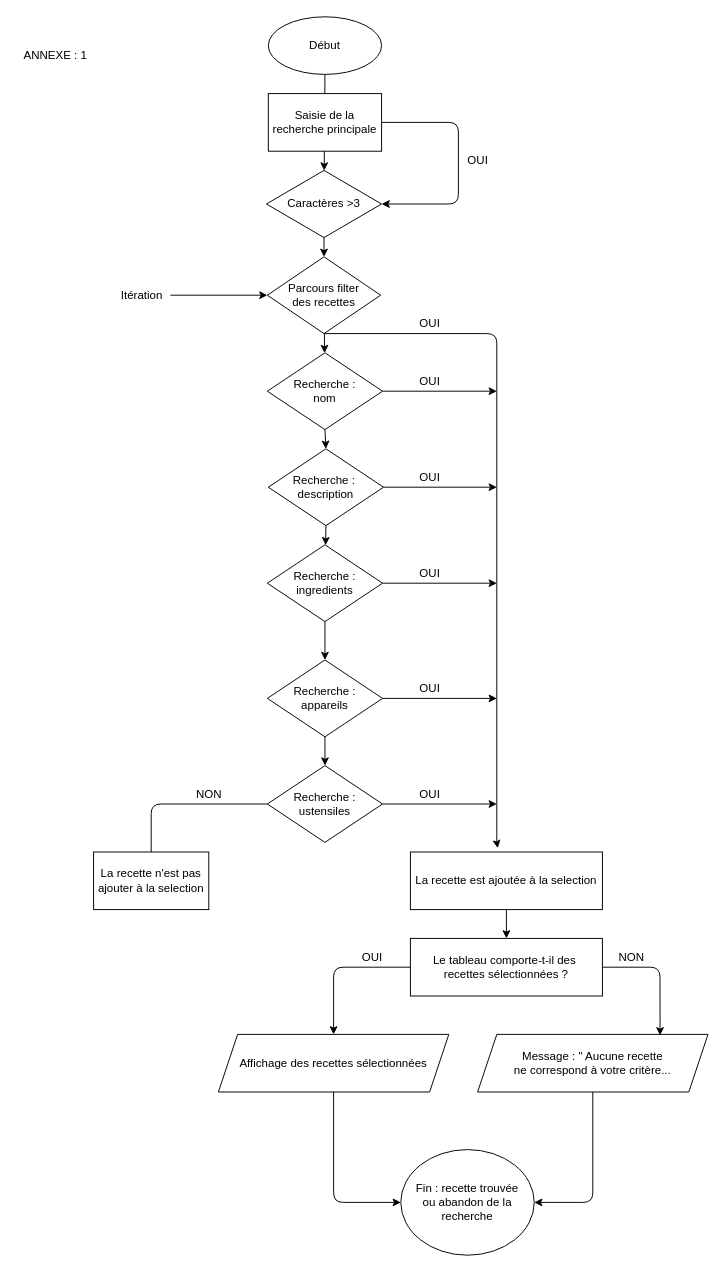
Before: .drawio in Seilhan/Les-petits-plats-projet-7, a draw.io diagram. Source tidied: cells renumbered, new cells numbered last; positions are measured from the earlier drawing's top-left corner, leaving out a move shared by most shapes. Both pictures are drawn from the tidied source at 96%, with x=0, y=0 at pixel (16, 16).
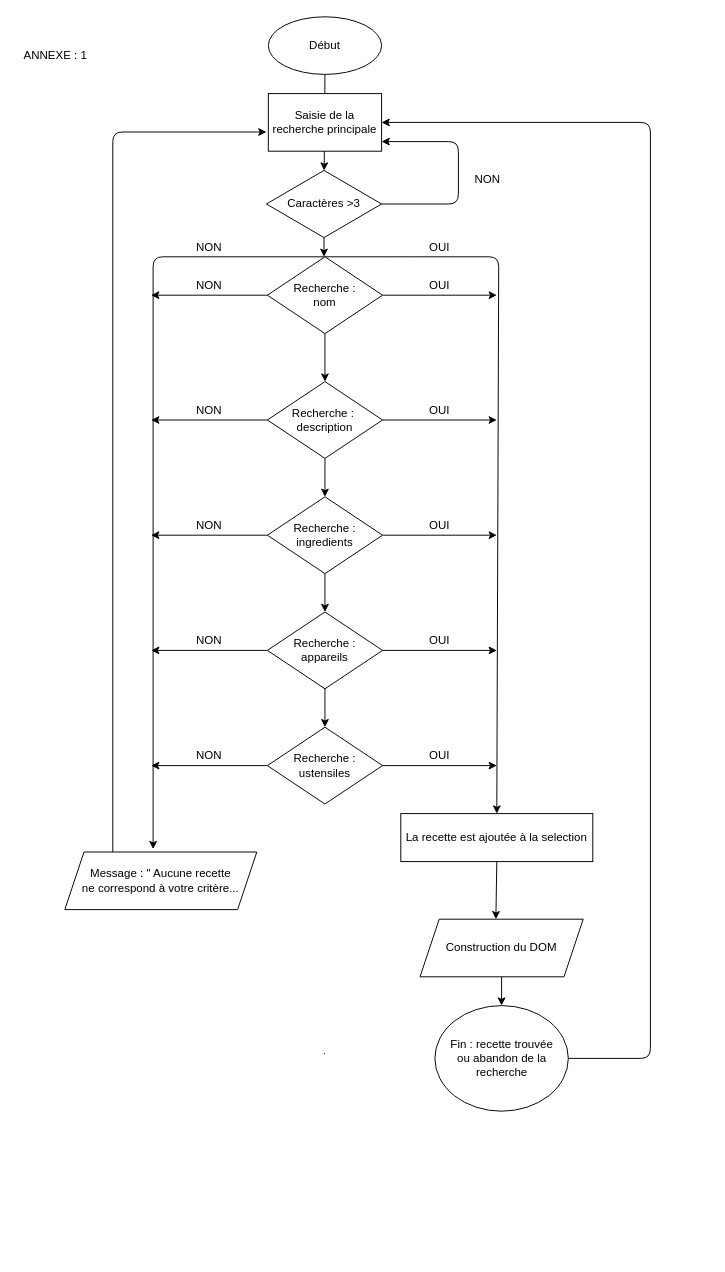
The same page after the edit.

Commit message:
correction algorigramme

Unchanged cells that the change refers to:
```xml
<mxCell id="5" value="Saisie de la recherche principale" style="whiteSpace=wrap;html=1;" parent="1" vertex="1">
  <mxGeometry x="262" y="80" width="118" height="60" as="geometry" />
</mxCell>
<mxCell id="7" value="Caractères &amp;gt;3" style="rhombus;whiteSpace=wrap;html=1;" parent="1" vertex="1">
  <mxGeometry x="260" y="160" width="120" height="70" as="geometry" />
</mxCell>
```

What changed in the source:
```diff
@@
-    <mxCell id="4" style="edgeStyle=none;html=1;exitX=1;exitY=0.5;exitDx=0;exitDy=0;entryX=1;entryY=0.5;entryDx=0;entryDy=0;" parent="1" edge="1" source="5" target="7">
-      <mxGeometry relative="1" as="geometry">
-        <Array as="points">
-          <mxPoint x="460" y="110" />
-          <mxPoint x="460" y="195" />
-        </Array>
-      </mxGeometry>
-    </mxCell>
@@
-    <mxCell id="6" style="edgeStyle=none;html=1;exitX=0.5;exitY=1;exitDx=0;exitDy=0;entryX=0.5;entryY=0;entryDx=0;entryDy=0;" parent="1" edge="1" source="7" target="9">
-      <mxGeometry relative="1" as="geometry" />
+    <mxCell id="6" style="edgeStyle=none;html=1;exitX=0.5;exitY=1;exitDx=0;exitDy=0;entryX=0.5;entryY=0;entryDx=0;entryDy=0;" parent="1" edge="1" source="7">
+      <mxGeometry relative="1" as="geometry">
+        <mxPoint x="320" y="250" as="targetPoint" />
+      </mxGeometry>
     </mxCell>
+    <mxCell id="51" style="edgeStyle=none;html=1;exitX=1;exitY=0.5;exitDx=0;exitDy=0;" parent="1" edge="1" source="7">
+      <mxGeometry relative="1" as="geometry">
+        <mxPoint x="380" y="130" as="targetPoint" />
+        <Array as="points">
+          <mxPoint x="460" y="195" />
+          <mxPoint x="460" y="130" />
+        </Array>
+      </mxGeometry>
+    </mxCell>
@@
-    <mxCell id="8" style="edgeStyle=none;html=1;" parent="1" edge="1" source="9" target="14">
-      <mxGeometry relative="1" as="geometry" />
+    <mxCell id="8" style="edgeStyle=none;html=1;" parent="1" edge="1" target="14">
+      <mxGeometry relative="1" as="geometry">
+        <mxPoint x="320.4" y="329.7" as="sourcePoint" />
+      </mxGeometry>
     </mxCell>
-    <mxCell id="9" value="Parcours filter&lt;br&gt;des recettes" style="rhombus;whiteSpace=wrap;html=1;" parent="1" vertex="1">
-      <mxGeometry x="261" y="250" width="118" height="80" as="geometry" />
-    </mxCell>
+    <mxCell id="52" style="edgeStyle=none;html=1;entryX=0.46;entryY=-0.05;entryDx=0;entryDy=0;entryPerimeter=0;exitX=0.5;exitY=0;exitDx=0;exitDy=0;" parent="1" edge="1" source="14" target="46">
+      <mxGeometry relative="1" as="geometry">
+        <Array as="points">
+          <mxPoint x="142" y="250" />
+        </Array>
+      </mxGeometry>
+    </mxCell>
-    <mxCell id="10" value="OUI" style="text;html=1;align=center;verticalAlign=middle;strokeColor=none;fillColor=none;" parent="1" vertex="1">
-      <mxGeometry x="460" y="140" width="40" height="20" as="geometry" />
+    <mxCell id="10" value="NON" style="text;html=1;align=center;verticalAlign=middle;strokeColor=none;fillColor=none;" parent="1" vertex="1">
+      <mxGeometry x="470" y="160" width="40" height="20" as="geometry" />
     </mxCell>
-    <mxCell id="11" style="edgeStyle=none;html=1;exitX=0.5;exitY=1;exitDx=0;exitDy=0;entryX=0.455;entryY=-0.067;entryDx=0;entryDy=0;entryPerimeter=0;" parent="1" edge="1" source="9" target="28">
+    <mxCell id="11" style="edgeStyle=none;html=1;exitX=0.5;exitY=0;exitDx=0;exitDy=0;entryX=0.5;entryY=0;entryDx=0;entryDy=0;" parent="1" edge="1" source="14" target="28">
       <mxGeometry relative="1" as="geometry">
         <Array as="points">
-          <mxPoint x="500" y="330" />
-          <mxPoint x="500" y="860" />
+          <mxPoint x="400" y="250" />
+          <mxPoint x="502" y="250" />
         </Array>
       </mxGeometry>
     </mxCell>
@@
     <mxCell id="13" style="edgeStyle=none;html=1;exitX=1;exitY=0.5;exitDx=0;exitDy=0;" parent="1" edge="1" source="14">
       <mxGeometry relative="1" as="geometry">
-        <mxPoint x="500" y="390" as="targetPoint" />
+        <mxPoint x="500" y="290" as="targetPoint" />
       </mxGeometry>
     </mxCell>
+    <mxCell id="53" style="edgeStyle=none;html=1;exitX=0;exitY=0.5;exitDx=0;exitDy=0;" parent="1" edge="1" source="14">
+      <mxGeometry relative="1" as="geometry">
+        <mxPoint x="140" y="290" as="targetPoint" />
+      </mxGeometry>
+    </mxCell>
     <mxCell id="14" value="Recherche :&lt;br&gt;nom" style="rhombus;whiteSpace=wrap;html=1;" parent="1" vertex="1">
-      <mxGeometry x="261" y="350" width="120" height="80" as="geometry" />
+      <mxGeometry x="261" y="250" width="120" height="80" as="geometry" />
     </mxCell>
     <mxCell id="15" style="edgeStyle=none;html=1;exitX=1;exitY=0.5;exitDx=0;exitDy=0;" parent="1" edge="1" source="17">
       <mxGeometry relative="1" as="geometry">
-        <mxPoint x="500" y="490" as="targetPoint" />
+        <mxPoint x="500" y="420" as="targetPoint" />
       </mxGeometry>
     </mxCell>
@@
+    <mxCell id="54" style="edgeStyle=none;html=1;exitX=0;exitY=0.5;exitDx=0;exitDy=0;" parent="1" edge="1" source="17">
+      <mxGeometry relative="1" as="geometry">
+        <mxPoint x="140" y="420" as="targetPoint" />
+      </mxGeometry>
+    </mxCell>
     <mxCell id="17" value="Recherche :&amp;nbsp;&lt;br&gt;description" style="rhombus;whiteSpace=wrap;html=1;" parent="1" vertex="1">
-      <mxGeometry x="262" y="450" width="120" height="80" as="geometry" />
+      <mxGeometry x="261" y="380" width="120" height="80" as="geometry" />
     </mxCell>
     <mxCell id="18" style="edgeStyle=none;html=1;exitX=1;exitY=0.5;exitDx=0;exitDy=0;" parent="1" edge="1" source="20">
       <mxGeometry relative="1" as="geometry">
-        <mxPoint x="500" y="590" as="targetPoint" />
+        <mxPoint x="500" y="540" as="targetPoint" />
       </mxGeometry>
     </mxCell>
@@
+    <mxCell id="55" style="edgeStyle=none;html=1;exitX=0;exitY=0.5;exitDx=0;exitDy=0;" parent="1" edge="1" source="20">
+      <mxGeometry relative="1" as="geometry">
+        <mxPoint x="140" y="540" as="targetPoint" />
+      </mxGeometry>
+    </mxCell>
     <mxCell id="20" value="Recherche :&lt;br&gt;ingredients" style="rhombus;whiteSpace=wrap;html=1;" parent="1" vertex="1">
-      <mxGeometry x="261" y="550" width="120" height="80" as="geometry" />
+      <mxGeometry x="261" y="500" width="120" height="80" as="geometry" />
     </mxCell>
-    <mxCell id="21" style="edgeStyle=none;html=1;exitX=1;exitY=0.5;exitDx=0;exitDy=0;" parent="1" edge="1" source="23">
-      <mxGeometry relative="1" as="geometry">
-        <mxPoint x="500" y="710" as="targetPoint" />
-      </mxGeometry>
-    </mxCell>
@@
+    <mxCell id="56" style="edgeStyle=none;html=1;exitX=0;exitY=0.5;exitDx=0;exitDy=0;" parent="1" edge="1" source="23">
+      <mxGeometry relative="1" as="geometry">
+        <mxPoint x="140" y="660" as="targetPoint" />
+      </mxGeometry>
+    </mxCell>
+    <mxCell id="57" style="edgeStyle=none;html=1;exitX=1;exitY=0.5;exitDx=0;exitDy=0;" parent="1" edge="1" source="23">
+      <mxGeometry relative="1" as="geometry">
+        <mxPoint x="500" y="660" as="targetPoint" />
+      </mxGeometry>
+    </mxCell>
     <mxCell id="23" value="Recherche :&lt;br&gt;appareils" style="rhombus;whiteSpace=wrap;html=1;" parent="1" vertex="1">
-      <mxGeometry x="261" y="670" width="120" height="80" as="geometry" />
+      <mxGeometry x="261" y="620" width="120" height="80" as="geometry" />
     </mxCell>
-    <mxCell id="24" style="edgeStyle=none;html=1;exitX=1;exitY=0.5;exitDx=0;exitDy=0;" parent="1" edge="1" source="26">
-      <mxGeometry relative="1" as="geometry">
-        <mxPoint x="500" y="820" as="targetPoint" />
-      </mxGeometry>
-    </mxCell>
-    <mxCell id="25" style="edgeStyle=none;html=1;exitX=0;exitY=0.5;exitDx=0;exitDy=0;" parent="1" edge="1" source="26">
-      <mxGeometry relative="1" as="geometry">
-        <mxPoint x="140" y="880" as="targetPoint" />
-        <Array as="points">
-          <mxPoint x="140" y="820" />
-        </Array>
-      </mxGeometry>
-    </mxCell>
+    <mxCell id="58" style="edgeStyle=none;html=1;exitX=0;exitY=0.5;exitDx=0;exitDy=0;" parent="1" edge="1" source="26">
+      <mxGeometry relative="1" as="geometry">
+        <mxPoint x="140" y="780" as="targetPoint" />
+      </mxGeometry>
+    </mxCell>
+    <mxCell id="59" style="edgeStyle=none;html=1;exitX=1;exitY=0.5;exitDx=0;exitDy=0;" parent="1" edge="1" source="26">
+      <mxGeometry relative="1" as="geometry">
+        <mxPoint x="500" y="780" as="targetPoint" />
+      </mxGeometry>
+    </mxCell>
     <mxCell id="26" value="Recherche :&lt;br&gt;ustensiles" style="rhombus;whiteSpace=wrap;html=1;" parent="1" vertex="1">
-      <mxGeometry x="261" y="780" width="120" height="80" as="geometry" />
+      <mxGeometry x="261" y="740" width="120" height="80" as="geometry" />
     </mxCell>
-    <mxCell id="27" style="edgeStyle=none;html=1;" parent="1" edge="1" source="28" target="43">
-      <mxGeometry relative="1" as="geometry" />
-    </mxCell>
+    <mxCell id="60" style="edgeStyle=none;html=1;exitX=0.5;exitY=1;exitDx=0;exitDy=0;entryX=0.465;entryY=0;entryDx=0;entryDy=0;entryPerimeter=0;" parent="1" edge="1" source="28" target="48">
+      <mxGeometry relative="1" as="geometry" />
+    </mxCell>
     <mxCell id="28" value="La recette est ajoutée à la selection" style="whiteSpace=wrap;html=1;" parent="1" vertex="1">
-      <mxGeometry x="410" y="870" width="200" height="60" as="geometry" />
+      <mxGeometry x="400" y="830" width="200" height="50" as="geometry" />
     </mxCell>
+    <mxCell id="61" style="edgeStyle=none;html=1;exitX=1;exitY=0.5;exitDx=0;exitDy=0;entryX=1;entryY=0.5;entryDx=0;entryDy=0;" parent="1" edge="1" source="29" target="5">
+      <mxGeometry relative="1" as="geometry">
+        <Array as="points">
+          <mxPoint x="660" y="1085" />
+          <mxPoint x="660" y="110" />
+        </Array>
+      </mxGeometry>
+    </mxCell>
     <mxCell id="29" value="Fin : recette trouvée&lt;br&gt;ou abandon de la recherche" style="ellipse;whiteSpace=wrap;html=1;" parent="1" vertex="1">
-      <mxGeometry x="400" y="1180" width="139" height="110" as="geometry" />
+      <mxGeometry x="435.5" y="1030" width="139" height="110" as="geometry" />
     </mxCell>
-    <mxCell id="30" style="edgeStyle=none;html=1;entryX=0;entryY=0.5;entryDx=0;entryDy=0;" parent="1" edge="1" source="31" target="9">
-      <mxGeometry relative="1" as="geometry" />
-    </mxCell>
-    <mxCell id="31" value="Itération" style="text;html=1;align=center;verticalAlign=middle;points=[];strokeColor=none;fillColor=none;" parent="1" vertex="1">
-      <mxGeometry x="100" y="280" width="60" height="20" as="geometry" />
-    </mxCell>
     <mxCell id="32" value="OUI" style="text;html=1;align=center;verticalAlign=middle;strokeColor=none;fillColor=none;" parent="1" vertex="1">
-      <mxGeometry x="410" y="310" width="40" height="20" as="geometry" />
+      <mxGeometry x="420" y="270" width="40" height="20" as="geometry" />
     </mxCell>
     <mxCell id="33" value="OUI" style="text;html=1;align=center;verticalAlign=middle;strokeColor=none;fillColor=none;" parent="1" vertex="1">
-      <mxGeometry x="410" y="470" width="40" height="20" as="geometry" />
+      <mxGeometry x="420" y="230" width="40" height="20" as="geometry" />
     </mxCell>
     <mxCell id="34" value="OUI" style="text;html=1;align=center;verticalAlign=middle;strokeColor=none;fillColor=none;" parent="1" vertex="1">
-      <mxGeometry x="410" y="570" width="40" height="20" as="geometry" />
+      <mxGeometry x="420" y="520" width="40" height="20" as="geometry" />
     </mxCell>
     <mxCell id="35" value="OUI" style="text;html=1;align=center;verticalAlign=middle;strokeColor=none;fillColor=none;" parent="1" vertex="1">
-      <mxGeometry x="410" y="690" width="40" height="20" as="geometry" />
+      <mxGeometry x="420" y="640" width="40" height="20" as="geometry" />
     </mxCell>
     <mxCell id="36" value="OUI" style="text;html=1;align=center;verticalAlign=middle;strokeColor=none;fillColor=none;" parent="1" vertex="1">
-      <mxGeometry x="410" y="800" width="40" height="20" as="geometry" />
+      <mxGeometry x="420" y="760" width="40" height="20" as="geometry" />
     </mxCell>
     <mxCell id="37" value="OUI" style="text;html=1;align=center;verticalAlign=middle;strokeColor=none;fillColor=none;" parent="1" vertex="1">
-      <mxGeometry x="410" y="370" width="40" height="20" as="geometry" />
+      <mxGeometry x="420" y="400" width="40" height="20" as="geometry" />
     </mxCell>
@@
     <mxCell id="39" value="NON" style="text;html=1;align=center;verticalAlign=middle;strokeColor=none;fillColor=none;" parent="1" vertex="1">
-      <mxGeometry x="180" y="800" width="40" height="20" as="geometry" />
+      <mxGeometry x="180" y="760" width="40" height="20" as="geometry" />
     </mxCell>
-    <mxCell id="40" value="La recette n'est pas ajouter à la selection" style="whiteSpace=wrap;html=1;" parent="1" vertex="1">
-      <mxGeometry x="80" y="870" width="120" height="60" as="geometry" />
-    </mxCell>
-    <mxCell id="41" style="edgeStyle=none;html=1;exitX=1;exitY=0.5;exitDx=0;exitDy=0;entryX=0.792;entryY=0.017;entryDx=0;entryDy=0;entryPerimeter=0;" parent="1" edge="1" source="43" target="46">
-      <mxGeometry relative="1" as="geometry">
-        <Array as="points">
-          <mxPoint x="670" y="990" />
-        </Array>
-      </mxGeometry>
-    </mxCell>
-    <mxCell id="42" style="edgeStyle=none;html=1;exitX=0;exitY=0.5;exitDx=0;exitDy=0;entryX=0.5;entryY=0;entryDx=0;entryDy=0;" parent="1" edge="1" source="43" target="48">
-      <mxGeometry relative="1" as="geometry">
-        <Array as="points">
-          <mxPoint x="330" y="990" />
-        </Array>
-      </mxGeometry>
-    </mxCell>
-    <mxCell id="43" value="Le tableau comporte-t-il des&amp;nbsp;&lt;br&gt;recettes sélectionnées ?" style="whiteSpace=wrap;html=1;" parent="1" vertex="1">
-      <mxGeometry x="410" y="960" width="200" height="60" as="geometry" />
-    </mxCell>
-    <mxCell id="44" value="NON" style="text;html=1;align=center;verticalAlign=middle;strokeColor=none;fillColor=none;" parent="1" vertex="1">
-      <mxGeometry x="620" y="970" width="40" height="20" as="geometry" />
-    </mxCell>
-    <mxCell id="45" style="edgeStyle=none;html=1;exitX=0.5;exitY=1;exitDx=0;exitDy=0;entryX=1;entryY=0.5;entryDx=0;entryDy=0;" parent="1" edge="1" source="46" target="29">
-      <mxGeometry relative="1" as="geometry">
-        <Array as="points">
-          <mxPoint x="600" y="1235" />
-        </Array>
-      </mxGeometry>
-    </mxCell>
-    <mxCell id="46" value="&amp;nbsp;Message : &quot; Aucune recette&amp;nbsp;&lt;br&gt;ne correspond à votre critère..." style="shape=parallelogram;perimeter=parallelogramPerimeter;whiteSpace=wrap;html=1;fixedSize=1;" parent="1" vertex="1">
-      <mxGeometry x="480" y="1060" width="240" height="60" as="geometry" />
-    </mxCell>
-    <mxCell id="47" style="edgeStyle=none;html=1;exitX=0.5;exitY=1;exitDx=0;exitDy=0;entryX=0;entryY=0.5;entryDx=0;entryDy=0;" parent="1" edge="1" source="48" target="29">
-      <mxGeometry relative="1" as="geometry">
-        <Array as="points">
-          <mxPoint x="330" y="1235" />
-        </Array>
-      </mxGeometry>
+    <mxCell id="47" style="edgeStyle=none;html=1;exitX=0.5;exitY=1;exitDx=0;exitDy=0;entryX=0.5;entryY=0;entryDx=0;entryDy=0;" parent="1" edge="1" source="48" target="29">
+      <mxGeometry relative="1" as="geometry" />
     </mxCell>
-    <mxCell id="48" value="Affichage des recettes sélectionnées" style="shape=parallelogram;perimeter=parallelogramPerimeter;whiteSpace=wrap;html=1;fixedSize=1;" parent="1" vertex="1">
-      <mxGeometry x="210" y="1060" width="240" height="60" as="geometry" />
+    <mxCell id="48" value="Construction du DOM" style="shape=parallelogram;perimeter=parallelogramPerimeter;whiteSpace=wrap;html=1;fixedSize=1;" parent="1" vertex="1">
+      <mxGeometry x="420" y="940" width="170" height="60" as="geometry" />
     </mxCell>
-    <mxCell id="49" value="OUI" style="text;html=1;align=center;verticalAlign=middle;strokeColor=none;fillColor=none;" parent="1" vertex="1">
-      <mxGeometry x="350" y="970" width="40" height="20" as="geometry" />
-    </mxCell>
@@
+    <mxCell id="62" style="edgeStyle=none;html=1;exitX=0.25;exitY=0;exitDx=0;exitDy=0;" parent="1" edge="1" source="46">
+      <mxGeometry relative="1" as="geometry">
+        <mxPoint x="260" y="120" as="targetPoint" />
+        <Array as="points">
+          <mxPoint x="100" y="120" />
+        </Array>
+      </mxGeometry>
+    </mxCell>
+    <mxCell id="46" value="&lt;span&gt;&amp;nbsp;Message : &quot; Aucune recette&amp;nbsp;&lt;/span&gt;&lt;br&gt;&lt;span&gt;ne correspond à votre critère...&lt;/span&gt;" style="shape=parallelogram;perimeter=parallelogramPerimeter;whiteSpace=wrap;html=1;fixedSize=1;" parent="1" vertex="1">
+      <mxGeometry x="50" y="870" width="200" height="60" as="geometry" />
+    </mxCell>
+    <mxCell id="63" value="NON" style="text;html=1;align=center;verticalAlign=middle;strokeColor=none;fillColor=none;" parent="1" vertex="1">
+      <mxGeometry x="180" y="640" width="40" height="20" as="geometry" />
+    </mxCell>
+    <mxCell id="64" value="NON" style="text;html=1;align=center;verticalAlign=middle;strokeColor=none;fillColor=none;" parent="1" vertex="1">
+      <mxGeometry x="180" y="520" width="40" height="20" as="geometry" />
+    </mxCell>
+    <mxCell id="65" value="NON" style="text;html=1;align=center;verticalAlign=middle;strokeColor=none;fillColor=none;" parent="1" vertex="1">
+      <mxGeometry x="180" y="400" width="40" height="20" as="geometry" />
+    </mxCell>
+    <mxCell id="66" value="NON" style="text;html=1;align=center;verticalAlign=middle;strokeColor=none;fillColor=none;" parent="1" vertex="1">
+      <mxGeometry x="180" y="230" width="40" height="20" as="geometry" />
+    </mxCell>
+    <mxCell id="67" value="NON" style="text;html=1;align=center;verticalAlign=middle;strokeColor=none;fillColor=none;" parent="1" vertex="1">
+      <mxGeometry x="180" y="270" width="40" height="20" as="geometry" />
+    </mxCell>
```
